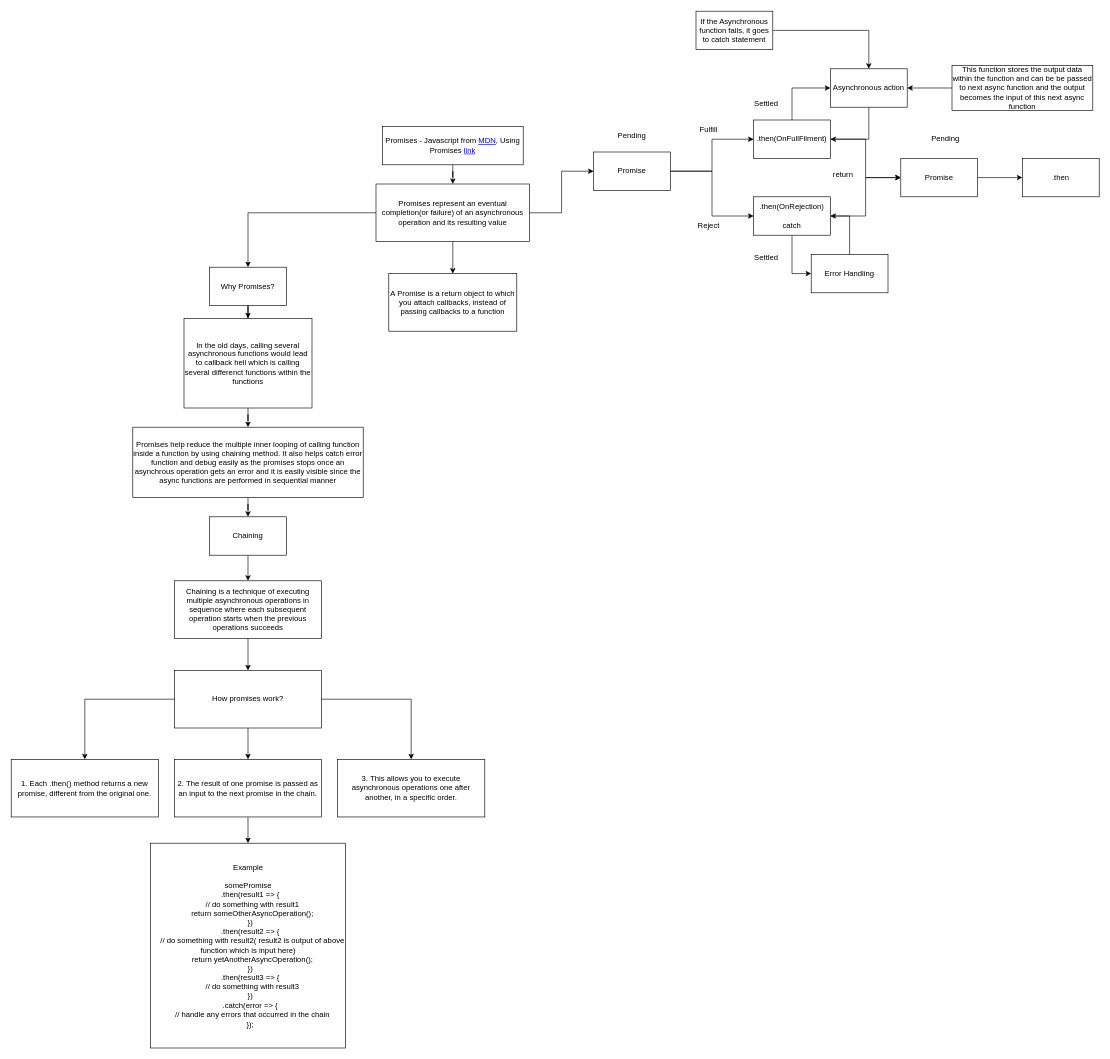
Earlier version of the draw.io diagram Javascript.drawio (KaidenCoder/DrawIORepo). Source tidied: cells renumbered, new cells numbered last; positions are measured from the earlier drawing's top-left corner, leaving out a move shared by most shapes. Both pictures are drawn from the tidied source at 64%, with x=0, y=0 at pixel (11, 11).
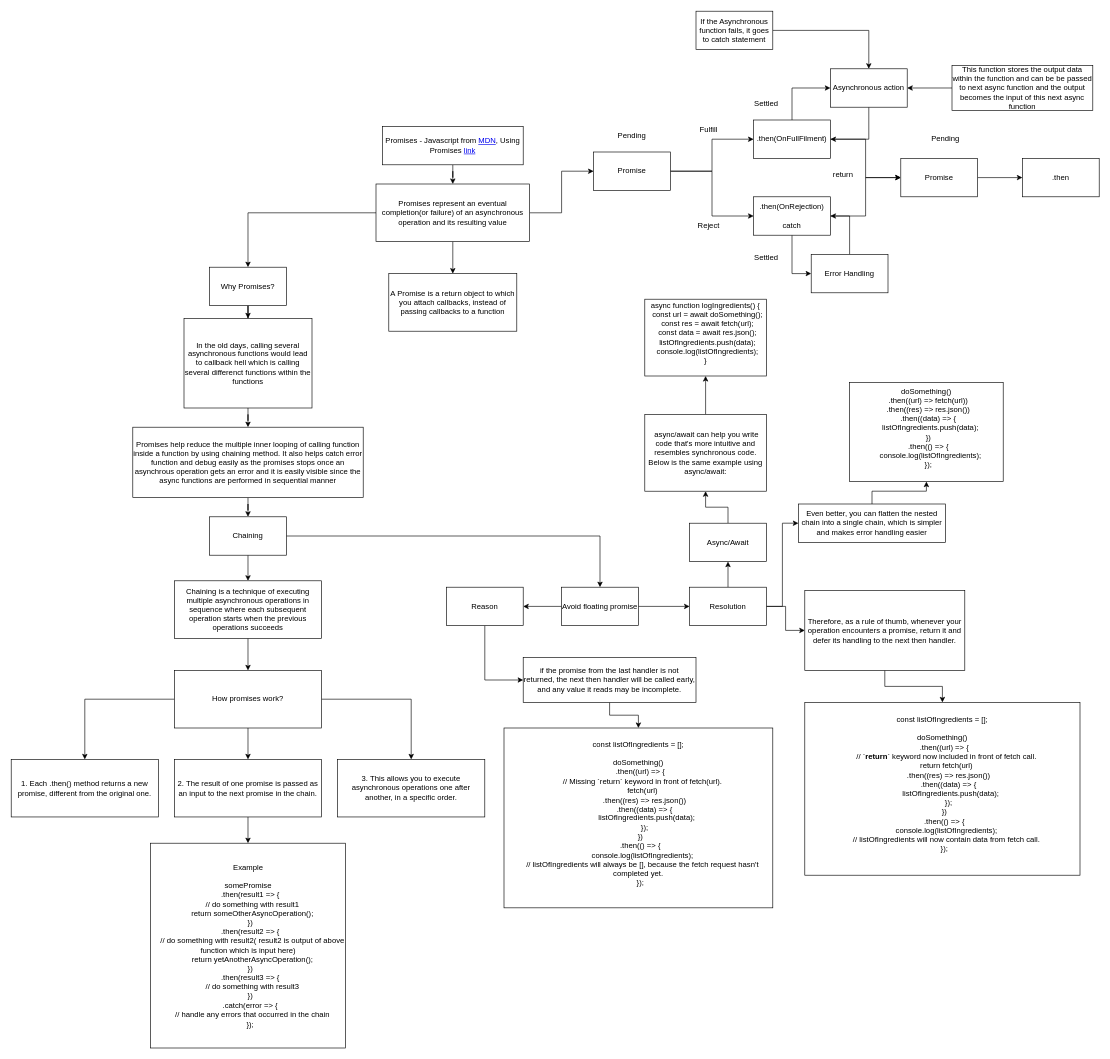
After the change.

Unchanged cells that the change refers to:
```xml
<mxCell id="43" value="Chaining" style="rounded=0;whiteSpace=wrap;html=1;" parent="1" vertex="1">
  <mxGeometry x="310" y="790" width="120" height="60" as="geometry" />
</mxCell>
```

What changed in the source:
```diff
@@
+    <mxCell id="55" style="edgeStyle=orthogonalEdgeStyle;rounded=0;jettySize=auto;html=1;entryX=0.5;entryY=0;entryDx=0;entryDy=0;" parent="1" edge="1" source="43" target="58">
+      <mxGeometry relative="1" as="geometry" />
+    </mxCell>
@@
+    <mxCell id="56" style="edgeStyle=orthogonalEdgeStyle;rounded=0;jettySize=auto;html=1;entryX=1;entryY=0.5;entryDx=0;entryDy=0;" parent="1" edge="1" source="58" target="63">
+      <mxGeometry relative="1" as="geometry" />
+    </mxCell>
+    <mxCell id="57" style="edgeStyle=orthogonalEdgeStyle;rounded=0;jettySize=auto;html=1;" parent="1" edge="1" source="58" target="67">
+      <mxGeometry relative="1" as="geometry" />
+    </mxCell>
+    <mxCell id="58" value="Avoid floating promise" style="rounded=0;whiteSpace=wrap;html=1;" parent="1" vertex="1">
+      <mxGeometry x="860" y="900" width="120" height="60" as="geometry" />
+    </mxCell>
+    <mxCell id="59" style="edgeStyle=orthogonalEdgeStyle;rounded=0;jettySize=auto;html=1;" parent="1" edge="1" source="60" target="61">
+      <mxGeometry relative="1" as="geometry" />
+    </mxCell>
+    <mxCell id="60" value="if the promise from the last handler is not returned, the next then handler will be called early, and any value it reads may be incomplete." style="rounded=0;whiteSpace=wrap;html=1;" parent="1" vertex="1">
+      <mxGeometry x="800" y="1010" width="270" height="70" as="geometry" />
+    </mxCell>
+    <mxCell id="61" value="&lt;div&gt;const listOfIngredients = [];&lt;/div&gt;&lt;div&gt;&lt;br&gt;&lt;/div&gt;&lt;div&gt;doSomething()&lt;/div&gt;&lt;div&gt;&amp;nbsp; .then((url) =&amp;gt; {&lt;/div&gt;&lt;div&gt;&amp;nbsp; &amp;nbsp; // Missing `return` keyword in front of fetch(url).&lt;/div&gt;&lt;div&gt;&amp;nbsp; &amp;nbsp; fetch(url)&lt;/div&gt;&lt;div&gt;&amp;nbsp; &amp;nbsp; &amp;nbsp; .then((res) =&amp;gt; res.json())&lt;/div&gt;&lt;div&gt;&amp;nbsp; &amp;nbsp; &amp;nbsp; .then((data) =&amp;gt; {&lt;/div&gt;&lt;div&gt;&amp;nbsp; &amp;nbsp; &amp;nbsp; &amp;nbsp; listOfIngredients.push(data);&lt;/div&gt;&lt;div&gt;&amp;nbsp; &amp;nbsp; &amp;nbsp; });&lt;/div&gt;&lt;div&gt;&amp;nbsp; })&lt;/div&gt;&lt;div&gt;&amp;nbsp; .then(() =&amp;gt; {&lt;/div&gt;&lt;div&gt;&amp;nbsp; &amp;nbsp; console.log(listOfIngredients);&lt;/div&gt;&lt;div&gt;&amp;nbsp; &amp;nbsp; // listOfIngredients will always be [], because the fetch request hasn't completed yet.&lt;/div&gt;&lt;div&gt;&amp;nbsp; });&lt;/div&gt;&lt;div&gt;&lt;br&gt;&lt;/div&gt;" style="rounded=0;whiteSpace=wrap;html=1;" parent="1" vertex="1">
+      <mxGeometry x="770" y="1120" width="420" height="281" as="geometry" />
+    </mxCell>
+    <mxCell id="62" style="edgeStyle=orthogonalEdgeStyle;rounded=0;jettySize=auto;html=1;entryX=0;entryY=0.5;entryDx=0;entryDy=0;" parent="1" edge="1" source="63" target="60">
+      <mxGeometry relative="1" as="geometry" />
+    </mxCell>
+    <mxCell id="63" value="Reason" style="rounded=0;whiteSpace=wrap;html=1;" parent="1" vertex="1">
+      <mxGeometry x="680" y="900" width="120" height="60" as="geometry" />
+    </mxCell>
+    <mxCell id="64" style="edgeStyle=orthogonalEdgeStyle;rounded=0;jettySize=auto;html=1;entryX=0;entryY=0.5;entryDx=0;entryDy=0;" parent="1" edge="1" source="67" target="69">
+      <mxGeometry relative="1" as="geometry" />
+    </mxCell>
+    <mxCell id="65" style="edgeStyle=orthogonalEdgeStyle;rounded=0;jettySize=auto;html=1;entryX=0;entryY=0.5;entryDx=0;entryDy=0;" parent="1" edge="1" source="67" target="72">
+      <mxGeometry relative="1" as="geometry" />
+    </mxCell>
+    <mxCell id="66" style="edgeStyle=orthogonalEdgeStyle;rounded=0;jettySize=auto;html=1;entryX=0.5;entryY=1;entryDx=0;entryDy=0;" parent="1" edge="1" source="67" target="75">
+      <mxGeometry relative="1" as="geometry" />
+    </mxCell>
+    <mxCell id="67" value="Resolution" style="rounded=0;whiteSpace=wrap;html=1;" parent="1" vertex="1">
+      <mxGeometry x="1060" y="900" width="120" height="60" as="geometry" />
+    </mxCell>
+    <mxCell id="68" style="edgeStyle=orthogonalEdgeStyle;rounded=0;jettySize=auto;html=1;" parent="1" edge="1" source="69" target="70">
+      <mxGeometry relative="1" as="geometry" />
+    </mxCell>
+    <mxCell id="69" value="Therefore, as a rule of thumb, whenever your operation encounters a promise, return it and defer its handling to the next then handler." style="rounded=0;whiteSpace=wrap;html=1;" parent="1" vertex="1">
+      <mxGeometry x="1240" y="905" width="250" height="125" as="geometry" />
+    </mxCell>
+    <mxCell id="70" value="&lt;div&gt;const listOfIngredients = [];&lt;/div&gt;&lt;div&gt;&lt;br&gt;&lt;/div&gt;&lt;div&gt;doSomething()&lt;/div&gt;&lt;div&gt;&amp;nbsp; .then((url) =&amp;gt; {&lt;/div&gt;&lt;div&gt;&amp;nbsp; &amp;nbsp; // `&lt;b&gt;return&lt;/b&gt;` keyword now included in front of fetch call.&lt;/div&gt;&lt;div&gt;&amp;nbsp; &amp;nbsp; return fetch(url)&lt;/div&gt;&lt;div&gt;&amp;nbsp; &amp;nbsp; &amp;nbsp; .then((res) =&amp;gt; res.json())&lt;/div&gt;&lt;div&gt;&amp;nbsp; &amp;nbsp; &amp;nbsp; .then((data) =&amp;gt; {&lt;/div&gt;&lt;div&gt;&amp;nbsp; &amp;nbsp; &amp;nbsp; &amp;nbsp; listOfIngredients.push(data);&lt;/div&gt;&lt;div&gt;&amp;nbsp; &amp;nbsp; &amp;nbsp; });&lt;/div&gt;&lt;div&gt;&amp;nbsp; })&lt;/div&gt;&lt;div&gt;&amp;nbsp; .then(() =&amp;gt; {&lt;/div&gt;&lt;div&gt;&amp;nbsp; &amp;nbsp; console.log(listOfIngredients);&lt;/div&gt;&lt;div&gt;&amp;nbsp; &amp;nbsp; // listOfIngredients will now contain data from fetch call.&lt;/div&gt;&lt;div&gt;&amp;nbsp; });&lt;/div&gt;&lt;div&gt;&lt;br&gt;&lt;/div&gt;" style="rounded=0;whiteSpace=wrap;html=1;" parent="1" vertex="1">
+      <mxGeometry x="1240" y="1080" width="430" height="270" as="geometry" />
+    </mxCell>
+    <mxCell id="71" style="edgeStyle=orthogonalEdgeStyle;rounded=0;jettySize=auto;html=1;" parent="1" edge="1" source="72" target="73">
+      <mxGeometry relative="1" as="geometry" />
+    </mxCell>
+    <mxCell id="72" value="Even better, you can flatten the nested chain into a single chain, which is simpler and makes error handling easier" style="rounded=0;whiteSpace=wrap;html=1;" parent="1" vertex="1">
+      <mxGeometry x="1230" y="770" width="230" height="60" as="geometry" />
+    </mxCell>
+    <mxCell id="73" value="&lt;div&gt;doSomething()&lt;/div&gt;&lt;div&gt;&amp;nbsp; .then((url) =&amp;gt; fetch(url))&lt;/div&gt;&lt;div&gt;&amp;nbsp; .then((res) =&amp;gt; res.json())&lt;/div&gt;&lt;div&gt;&amp;nbsp; .then((data) =&amp;gt; {&lt;/div&gt;&lt;div&gt;&amp;nbsp; &amp;nbsp; listOfIngredients.push(data);&lt;/div&gt;&lt;div&gt;&amp;nbsp; })&lt;/div&gt;&lt;div&gt;&amp;nbsp; .then(() =&amp;gt; {&lt;/div&gt;&lt;div&gt;&amp;nbsp; &amp;nbsp; console.log(listOfIngredients);&lt;/div&gt;&lt;div&gt;&amp;nbsp; });&lt;/div&gt;&lt;div&gt;&lt;br&gt;&lt;/div&gt;" style="rounded=0;whiteSpace=wrap;html=1;" parent="1" vertex="1">
+      <mxGeometry x="1310" y="580" width="240" height="155" as="geometry" />
+    </mxCell>
+    <mxCell id="74" style="edgeStyle=orthogonalEdgeStyle;rounded=0;jettySize=auto;html=1;entryX=0.5;entryY=1;entryDx=0;entryDy=0;" parent="1" edge="1" source="75" target="77">
+      <mxGeometry relative="1" as="geometry" />
+    </mxCell>
+    <mxCell id="75" value="Async/Await" style="rounded=0;whiteSpace=wrap;html=1;" parent="1" vertex="1">
+      <mxGeometry x="1060" y="800" width="120" height="60" as="geometry" />
+    </mxCell>
+    <mxCell id="76" style="edgeStyle=orthogonalEdgeStyle;rounded=0;jettySize=auto;html=1;entryX=0.5;entryY=1;entryDx=0;entryDy=0;" parent="1" edge="1" source="77" target="78">
+      <mxGeometry relative="1" as="geometry" />
+    </mxCell>
+    <mxCell id="77" value="&amp;nbsp;async/await can help you write code that's more intuitive and resembles synchronous code. Below is the same example using async/await:" style="rounded=0;whiteSpace=wrap;html=1;" parent="1" vertex="1">
+      <mxGeometry x="990" y="630" width="190" height="120" as="geometry" />
+    </mxCell>
+    <mxCell id="78" value="&lt;div&gt;async function logIngredients() {&lt;/div&gt;&lt;div&gt;&amp;nbsp; const url = await doSomething();&lt;/div&gt;&lt;div&gt;&amp;nbsp; const res = await fetch(url);&lt;/div&gt;&lt;div&gt;&amp;nbsp; const data = await res.json();&lt;/div&gt;&lt;div&gt;&amp;nbsp; listOfIngredients.push(data);&lt;/div&gt;&lt;div&gt;&amp;nbsp; console.log(listOfIngredients);&lt;/div&gt;&lt;div&gt;}&lt;/div&gt;&lt;div&gt;&lt;br&gt;&lt;/div&gt;" style="rounded=0;whiteSpace=wrap;html=1;" parent="1" vertex="1">
+      <mxGeometry x="990" y="450" width="190" height="120" as="geometry" />
+    </mxCell>
```
